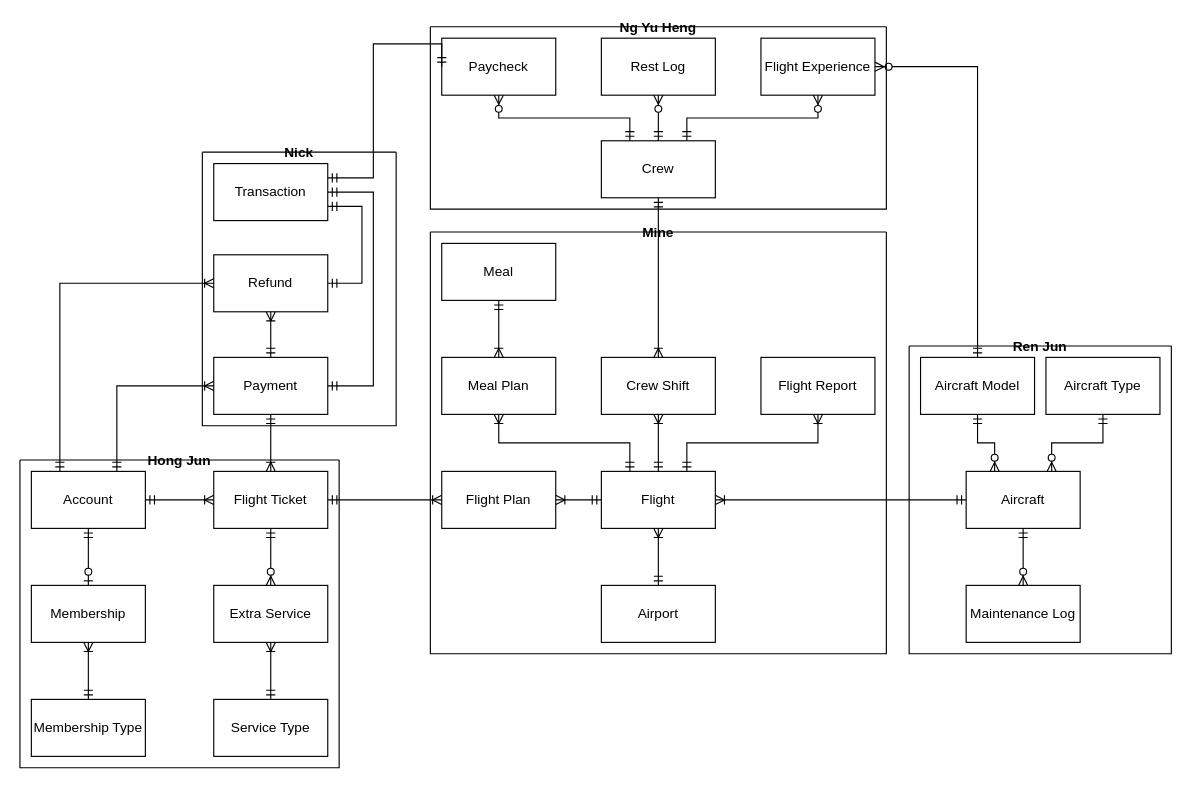
Earlier version of the draw.io diagram erd.drawio (Poleric/database-design-assignment). Source tidied: cells renumbered, new cells numbered last; positions are measured from the earlier drawing's top-left corner, leaving out a move shared by most shapes. Both pictures are drawn from the tidied source at 114%, with x=0, y=0 at pixel (19, 26).
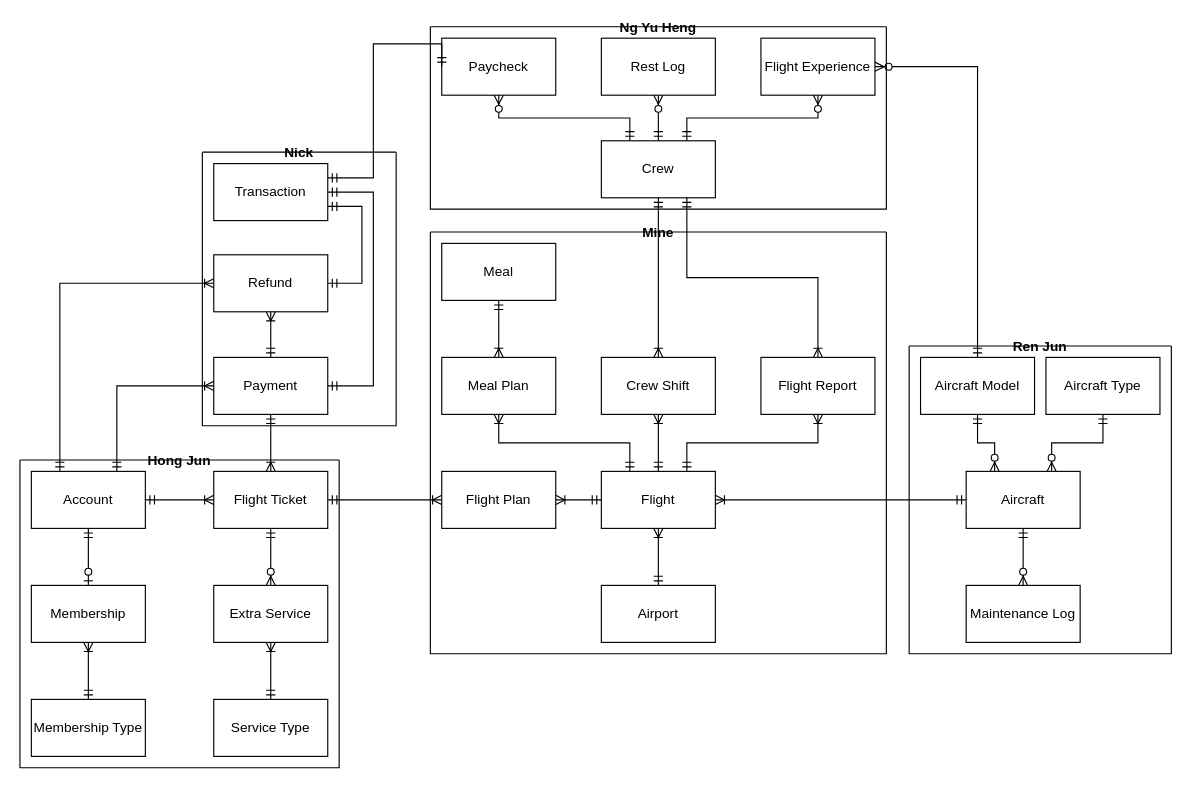
After the change.

Commit message:
add relationship between crew and flight report

The change refers to these unchanged cells:
```xml
<mxCell id="4" value="Crew" style="html=1;dashed=0;whiteSpace=wrap;" parent="1" vertex="1">
  <mxGeometry x="510" y="100" width="100" height="50" as="geometry" />
</mxCell>
<mxCell id="31" value="Flight Report" style="html=1;dashed=0;whiteSpace=wrap;" parent="1" vertex="1">
  <mxGeometry x="650" y="290" width="100" height="50" as="geometry" />
</mxCell>
```

The edit, as a diff of the source:
```diff
@@
+    <mxCell id="59" style="edgeStyle=orthogonalEdgeStyle;fontSize=12;html=1;endArrow=ERoneToMany;startArrow=ERmandOne;rounded=0;entryX=0.5;entryY=0;entryDx=0;entryDy=0;exitX=0.75;exitY=1;exitDx=0;exitDy=0;" parent="1" edge="1" source="4" target="31">
+      <mxGeometry relative="1" as="geometry" />
+    </mxCell>
```
